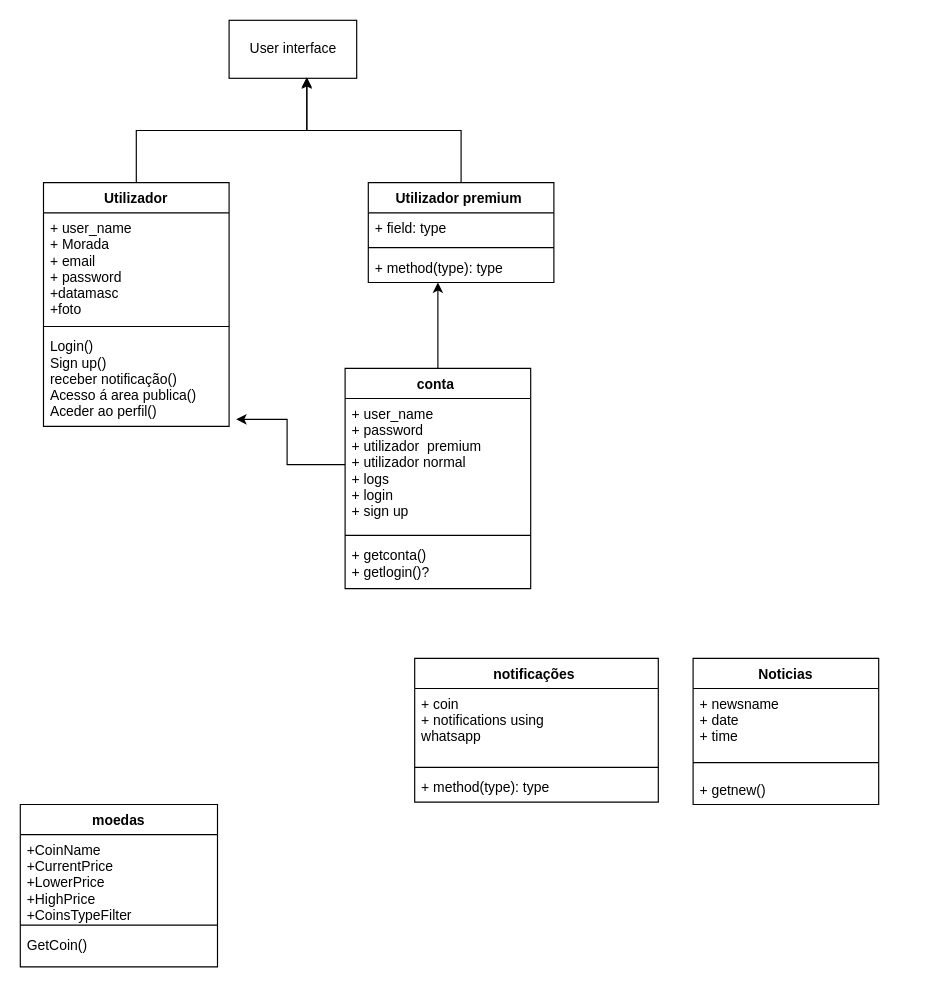
Earlier version of the draw.io diagram Class_Diagram.drawio (bgabrielma/ES_Project). Source tidied: cells renumbered, new cells numbered last; positions are measured from the earlier drawing's top-left corner, leaving out a move shared by most shapes. Both pictures are drawn from the tidied source at 116%, with x=0, y=0 at pixel (20, 20).
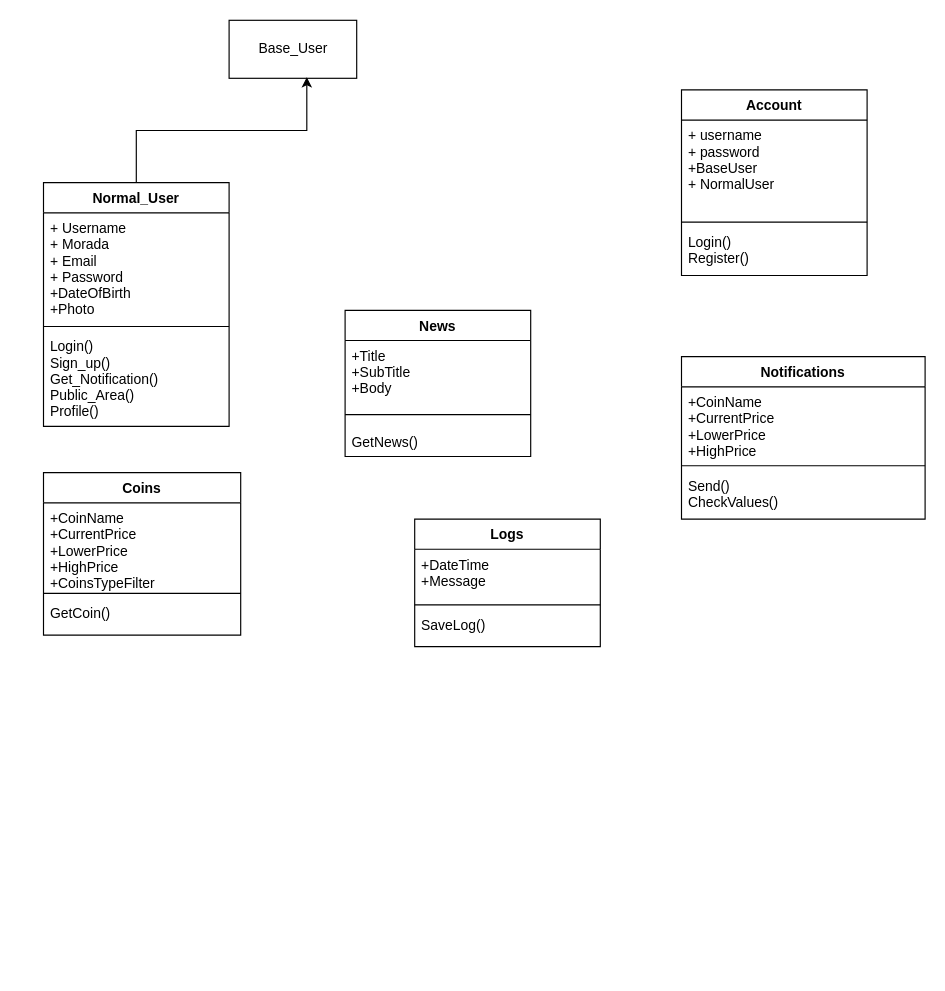
After the change.

The edit, as a diff of the source:
```diff
@@
-    <mxCell id="2" value="User interface" style="html=1;" parent="1" vertex="1">
+    <mxCell id="2" value="Base_User" style="html=1;" parent="1" vertex="1">
       <mxGeometry x="180" width="110" height="50" as="geometry" />
     </mxCell>
@@
-    <mxCell id="4" value="Utilizador" style="swimlane;fontStyle=1;align=center;verticalAlign=top;horizontal=1;startSize=26;" parent="1" vertex="1">
+    <mxCell id="4" value="Normal_User" style="swimlane;fontStyle=1;align=center;verticalAlign=top;horizontal=1;startSize=26;" parent="1" vertex="1">
       <mxGeometry x="20" y="140" width="160" height="210" as="geometry" />
     </mxCell>
-    <mxCell id="5" value="+ user_name&#10;+ Morada&#10;+ email&#10;+ password&#10;+datamasc&#10;+foto" style="text;strokeColor=none;fillColor=none;align=left;verticalAlign=top;spacingLeft=4;spacingRight=4;overflow=hidden;" parent="4" vertex="1">
+    <mxCell id="5" value="+ Username&#10;+ Morada&#10;+ Email&#10;+ Password&#10;+DateOfBirth&#10;+Photo" style="text;strokeColor=none;fillColor=none;align=left;verticalAlign=top;spacingLeft=4;spacingRight=4;overflow=hidden;" parent="4" vertex="1">
       <mxGeometry y="26" width="160" height="94" as="geometry" />
     </mxCell>
@@
-    <mxCell id="7" value="Login()&#10;Sign up()&#10;receber notificação()&#10;Acesso á area publica()&#10;Aceder ao perfil()&#10;" style="text;strokeColor=none;fillColor=none;align=left;verticalAlign=top;spacingLeft=4;spacingRight=4;overflow=hidden;points=[[0,0.5],[1,0.5]];portConstraint=eastwest;" parent="4" vertex="1">
+    <mxCell id="7" value="Login()&#10;Sign_up()&#10;Get_Notification()&#10;Public_Area()&#10;Profile()&#10;" style="text;strokeColor=none;fillColor=none;align=left;verticalAlign=top;spacingLeft=4;spacingRight=4;overflow=hidden;points=[[0,0.5],[1,0.5]];portConstraint=eastwest;" parent="4" vertex="1">
       <mxGeometry y="128" width="160" height="82" as="geometry" />
     </mxCell>
-    <mxCell id="8" style="edgeStyle=orthogonalEdgeStyle;rounded=0;jettySize=auto;html=1;exitX=0.5;exitY=0;exitDx=0;exitDy=0;entryX=0.609;entryY=1;entryDx=0;entryDy=0;entryPerimeter=0;" parent="1" edge="1" source="9" target="2">
-      <mxGeometry relative="1" as="geometry" />
-    </mxCell>
-    <mxCell id="9" value="Utilizador premium " style="swimlane;fontStyle=1;align=center;verticalAlign=top;horizontal=1;startSize=26;" parent="1" vertex="1">
-      <mxGeometry x="300" y="140" width="160" height="86" as="geometry" />
-    </mxCell>
-    <mxCell id="10" value="+ field: type" style="text;strokeColor=none;fillColor=none;align=left;verticalAlign=top;spacingLeft=4;spacingRight=4;overflow=hidden;" parent="9" vertex="1">
-      <mxGeometry y="26" width="160" height="26" as="geometry" />
-    </mxCell>
-    <mxCell id="11" style="line;strokeWidth=1;fillColor=none;align=left;verticalAlign=middle;spacingTop=-1;spacingLeft=3;spacingRight=3;labelPosition=right;strokeColor=inherit;" parent="9" vertex="1">
-      <mxGeometry y="52" width="160" height="8" as="geometry" />
-    </mxCell>
-    <mxCell id="12" value="+ method(type): type" style="text;strokeColor=none;fillColor=none;align=left;verticalAlign=top;spacingLeft=4;spacingRight=4;overflow=hidden;points=[[0,0.5],[1,0.5]];portConstraint=eastwest;" parent="9" vertex="1">
-      <mxGeometry y="60" width="160" height="26" as="geometry" />
-    </mxCell>
-    <mxCell id="13" value="moedas" style="swimlane;fontStyle=1;align=center;verticalAlign=top;horizontal=1;startSize=26;" parent="1" vertex="1">
-      <mxGeometry y="676" width="170" height="140" as="geometry" />
+    <mxCell id="13" value="Coins" style="swimlane;fontStyle=1;align=center;verticalAlign=top;horizontal=1;startSize=26;" parent="1" vertex="1">
+      <mxGeometry x="20" y="390" width="170" height="140" as="geometry" />
     </mxCell>
@@
-    <mxCell id="17" style="edgeStyle=orthogonalEdgeStyle;rounded=0;jettySize=auto;html=1;exitX=0.5;exitY=0;exitDx=0;exitDy=0;entryX=0.375;entryY=1;entryDx=0;entryDy=0;entryPerimeter=0;" parent="1" edge="1" source="18" target="12">
-      <mxGeometry relative="1" as="geometry" />
-    </mxCell>
-    <mxCell id="18" value="conta " style="swimlane;fontStyle=1;align=center;verticalAlign=top;horizontal=1;startSize=26;" parent="1" vertex="1">
-      <mxGeometry x="280" y="300" width="160" height="190" as="geometry" />
+    <mxCell id="18" value="Account" style="swimlane;fontStyle=1;align=center;verticalAlign=top;horizontal=1;startSize=26;" parent="1" vertex="1">
+      <mxGeometry x="570" y="60" width="160" height="160" as="geometry" />
     </mxCell>
-    <mxCell id="19" value="+ user_name &#10;+ password&#10;+ utilizador  premium&#10;+ utilizador normal&#10;+ logs&#10;+ login&#10;+ sign up &#10;" style="text;strokeColor=none;fillColor=none;align=left;verticalAlign=top;spacingLeft=4;spacingRight=4;overflow=hidden;points=[[0,0.5],[1,0.5]];portConstraint=eastwest;" parent="18" vertex="1">
-      <mxGeometry y="26" width="160" height="114" as="geometry" />
+    <mxCell id="19" value="+ username &#10;+ password&#10;+BaseUser &#10;+ NormalUser&#10;" style="text;strokeColor=none;fillColor=none;align=left;verticalAlign=top;spacingLeft=4;spacingRight=4;overflow=hidden;points=[[0,0.5],[1,0.5]];portConstraint=eastwest;" parent="18" vertex="1">
+      <mxGeometry y="26" width="160" height="84" as="geometry" />
     </mxCell>
     <mxCell id="20" style="line;strokeWidth=1;fillColor=none;align=left;verticalAlign=middle;spacingTop=-1;spacingLeft=3;spacingRight=3;labelPosition=right;strokeColor=inherit;" parent="18" vertex="1">
-      <mxGeometry y="140" width="160" height="8" as="geometry" />
+      <mxGeometry y="110" width="160" height="8" as="geometry" />
     </mxCell>
-    <mxCell id="21" value="+ getconta()&#10;+ getlogin()?   &#10;" style="text;strokeColor=none;fillColor=none;align=left;verticalAlign=top;spacingLeft=4;spacingRight=4;overflow=hidden;" parent="18" vertex="1">
-      <mxGeometry y="148" width="160" height="42" as="geometry" />
+    <mxCell id="21" value="Login() &#10;Register()" style="text;strokeColor=none;fillColor=none;align=left;verticalAlign=top;spacingLeft=4;spacingRight=4;overflow=hidden;" parent="18" vertex="1">
+      <mxGeometry y="118" width="160" height="42" as="geometry" />
     </mxCell>
-    <mxCell id="22" value="notificações " style="swimlane;fontStyle=1;align=center;verticalAlign=top;horizontal=1;startSize=26;" parent="1" vertex="1">
-      <mxGeometry x="340" y="550" width="210" height="124" as="geometry" />
+    <mxCell id="22" value="Notifications" style="swimlane;fontStyle=1;align=center;verticalAlign=top;horizontal=1;startSize=26;" parent="1" vertex="1">
+      <mxGeometry x="570" y="290" width="210" height="140" as="geometry" />
     </mxCell>
-    <mxCell id="23" value="+ coin &#10;+ notifications using &#10;whatsapp &#10;" style="text;strokeColor=none;fillColor=none;align=left;verticalAlign=top;spacingLeft=4;spacingRight=4;overflow=hidden;" parent="22" vertex="1">
+    <mxCell id="23" value="+CoinName&#10;+CurrentPrice&#10;+LowerPrice&#10;+HighPrice" style="text;strokeColor=none;fillColor=none;align=left;verticalAlign=top;spacingLeft=4;spacingRight=4;overflow=hidden;" parent="22" vertex="1">
       <mxGeometry y="26" width="210" height="64" as="geometry" />
     </mxCell>
@@
-    <mxCell id="25" value="+ method(type): type" style="text;strokeColor=none;fillColor=none;align=left;verticalAlign=top;spacingLeft=4;spacingRight=4;overflow=hidden;" parent="22" vertex="1">
-      <mxGeometry y="98" width="210" height="26" as="geometry" />
+    <mxCell id="25" value="Send()&#10;CheckValues()&#10;" style="text;strokeColor=none;fillColor=none;align=left;verticalAlign=top;spacingLeft=4;spacingRight=4;overflow=hidden;" parent="22" vertex="1">
+      <mxGeometry y="98" width="210" height="42" as="geometry" />
     </mxCell>
-    <mxCell id="26" value="Noticias" style="swimlane;fontStyle=1;align=center;verticalAlign=top;horizontal=1;startSize=26;" parent="1" vertex="1">
-      <mxGeometry x="580" y="550" width="160" height="126" as="geometry" />
+    <mxCell id="26" value="News" style="swimlane;fontStyle=1;align=center;verticalAlign=top;horizontal=1;startSize=26;" parent="1" vertex="1">
+      <mxGeometry x="280" y="250" width="160" height="126" as="geometry" />
     </mxCell>
-    <mxCell id="27" value="+ newsname&#10;+ date&#10;+ time " style="text;strokeColor=none;fillColor=none;align=left;verticalAlign=top;spacingLeft=4;spacingRight=4;overflow=hidden;" parent="26" vertex="1">
+    <mxCell id="27" value="+Title&#10;+SubTitle&#10;+Body&#10;" style="text;strokeColor=none;fillColor=none;align=left;verticalAlign=top;spacingLeft=4;spacingRight=4;overflow=hidden;" parent="26" vertex="1">
       <mxGeometry y="26" width="160" height="54" as="geometry" />
     </mxCell>
@@
-    <mxCell id="29" value="+ getnew()" style="text;strokeColor=none;fillColor=none;align=left;verticalAlign=top;spacingLeft=4;spacingRight=4;overflow=hidden;" parent="26" vertex="1">
+    <mxCell id="29" value="GetNews()" style="text;strokeColor=none;fillColor=none;align=left;verticalAlign=top;spacingLeft=4;spacingRight=4;overflow=hidden;" parent="26" vertex="1">
       <mxGeometry y="100" width="160" height="26" as="geometry" />
     </mxCell>
-    <mxCell id="30" style="edgeStyle=orthogonalEdgeStyle;rounded=0;jettySize=auto;html=1;exitX=0;exitY=0.5;exitDx=0;exitDy=0;entryX=1.038;entryY=0.927;entryDx=0;entryDy=0;entryPerimeter=0;" parent="1" edge="1" source="19" target="7">
-      <mxGeometry relative="1" as="geometry" />
-    </mxCell>
+    <mxCell id="31" value="Logs" style="swimlane;fontStyle=1;align=center;verticalAlign=top;horizontal=1;startSize=26;" parent="1" vertex="1">
+      <mxGeometry x="340" y="430" width="160" height="110" as="geometry" />
+    </mxCell>
+    <mxCell id="32" value="+DateTime&#10;+Message&#10;&#10;" style="text;strokeColor=none;fillColor=none;align=left;verticalAlign=top;spacingLeft=4;spacingRight=4;overflow=hidden;" parent="31" vertex="1">
+      <mxGeometry y="26" width="160" height="44" as="geometry" />
+    </mxCell>
+    <mxCell id="33" style="line;strokeWidth=1;fillColor=none;align=left;verticalAlign=middle;spacingTop=-1;spacingLeft=3;spacingRight=3;labelPosition=right;strokeColor=inherit;" parent="31" vertex="1">
+      <mxGeometry y="70" width="160" height="8" as="geometry" />
+    </mxCell>
+    <mxCell id="34" value="SaveLog()" style="text;strokeColor=none;fillColor=none;align=left;verticalAlign=top;spacingLeft=4;spacingRight=4;overflow=hidden;" parent="31" vertex="1">
+      <mxGeometry y="78" width="160" height="32" as="geometry" />
+    </mxCell>
```
